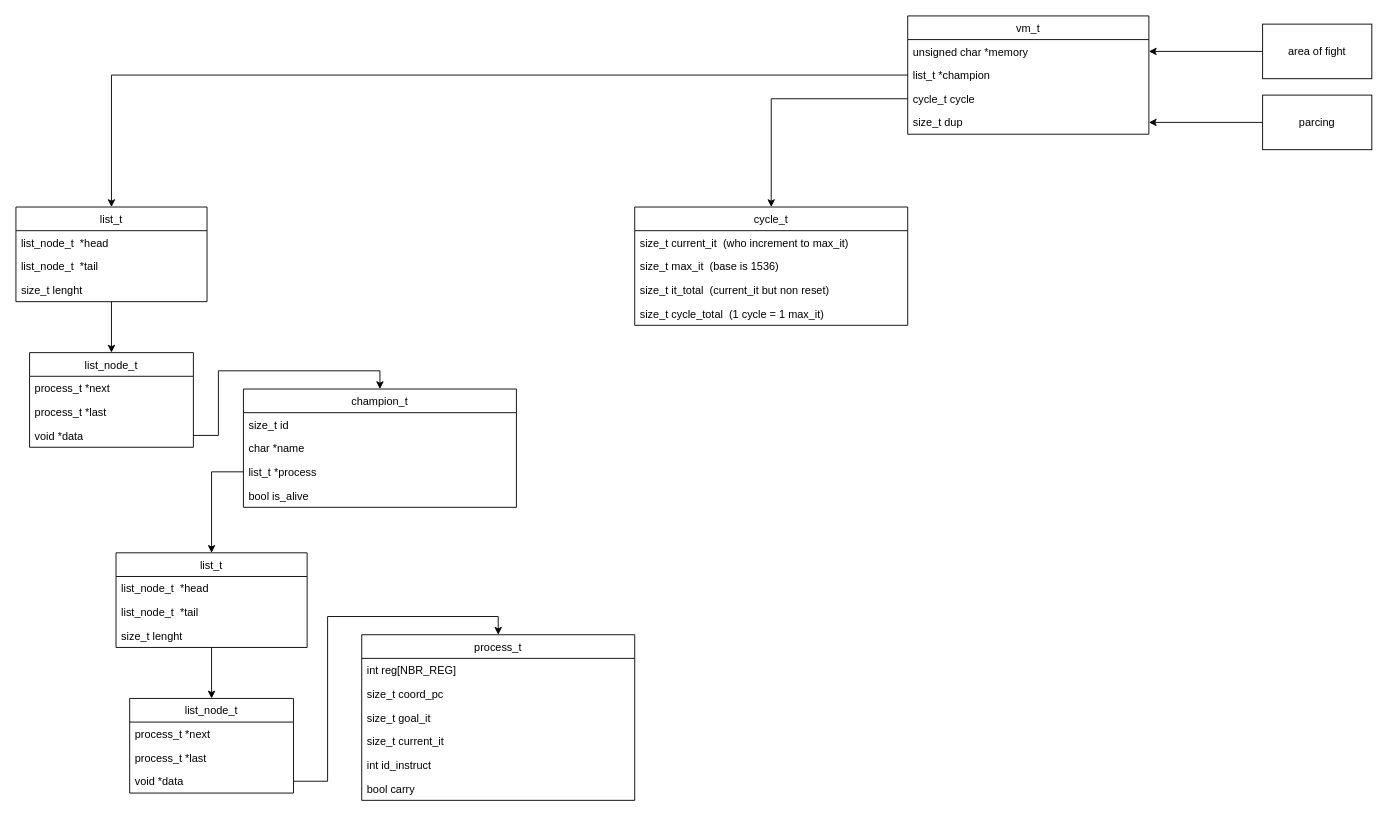
The draw.io diagram archi/struct_tree.drawio in PierreMauger/Corewar, before the edit. Source tidied: cells renumbered, new cells numbered last; positions are measured from the earlier drawing's top-left corner, leaving out a move shared by most shapes. Both pictures are drawn from the tidied source at 91%, with x=0, y=0 at pixel (15, 15).
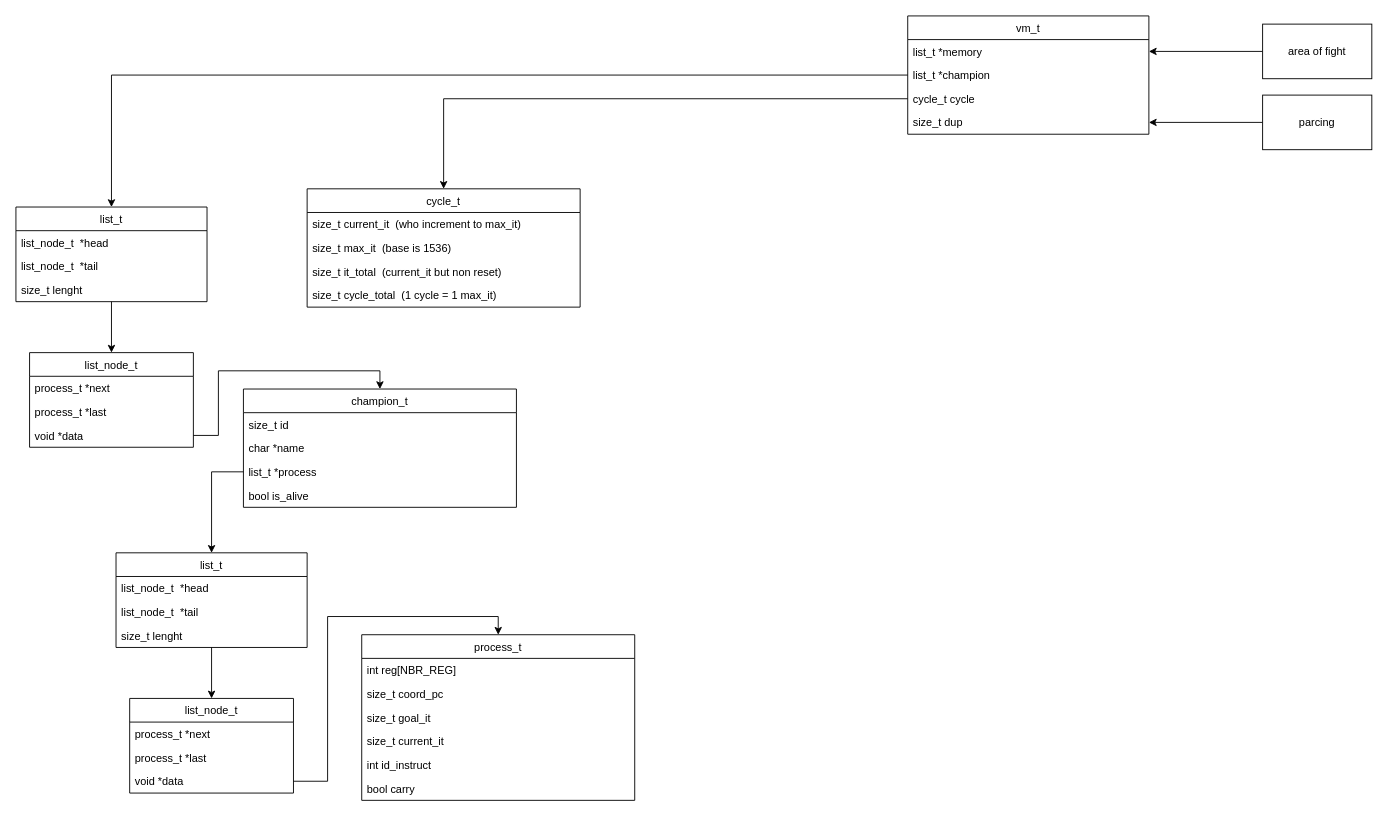
The same diagram, later.

The change refers to these unchanged cells:
```xml
<mxCell id="2" value="vm_t" style="swimlane;fontStyle=0;horizontal=1;startSize=26;fillColor=none;" parent="1" vertex="1">
  <mxGeometry x="980" width="265" height="130" as="geometry" />
</mxCell>
```

What changed in the source:
```diff
@@
-    <mxCell id="3" value="unsigned char *memory" style="text;strokeColor=none;fillColor=none;align=left;verticalAlign=top;spacingLeft=4;spacingRight=4;overflow=hidden;points=[[0,0.5],[1,0.5]];portConstraint=eastwest;" parent="2" vertex="1">
+    <mxCell id="3" value="list_t *memory" style="text;strokeColor=none;fillColor=none;align=left;verticalAlign=top;spacingLeft=4;spacingRight=4;overflow=hidden;points=[[0,0.5],[1,0.5]];portConstraint=eastwest;" parent="2" vertex="1">
       <mxGeometry y="26" width="265" height="26" as="geometry" />
     </mxCell>
@@
     <mxCell id="11" value="cycle_t" style="swimlane;fontStyle=0;horizontal=1;startSize=26;fillColor=none;" parent="1" vertex="1">
-      <mxGeometry x="680" y="210" width="300" height="130" as="geometry" />
+      <mxGeometry x="320" y="190" width="300" height="130" as="geometry" />
     </mxCell>
```
